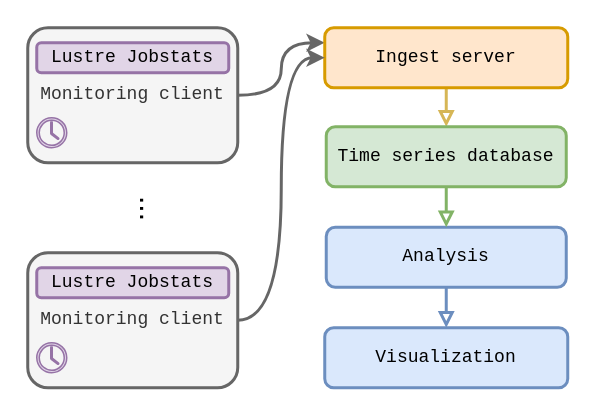
Earlier version of the draw.io diagram content/figures/lustre-monitor.drawio (jaantollander/masters-thesis). Source tidied: cells renumbered, new cells numbered last; positions are measured from the earlier drawing's top-left corner, leaving out a move shared by most shapes. Both pictures are drawn from the tidied source at 150%, with x=0, y=0 at pixel (27, 27).
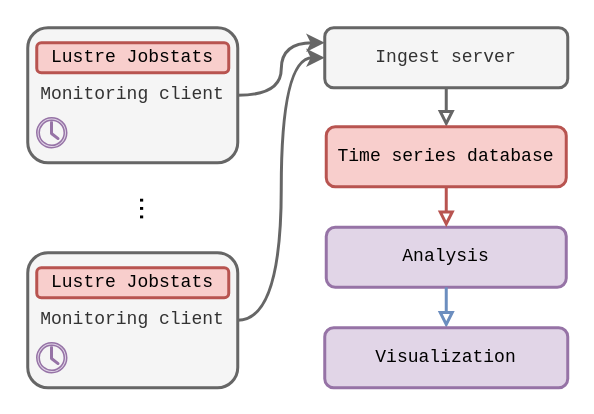
The same page after the edit.

What changed in the source:
```diff
@@
 <mxGraphModel>
   <root>
     <mxCell id="0" />
     <mxCell id="1" parent="0" />
     <mxCell id="2" style="edgeStyle=orthogonalEdgeStyle;rounded=0;jettySize=auto;html=1;entryX=0;entryY=0.25;entryDx=0;entryDy=0;strokeWidth=2;startArrow=none;startFill=0;fillColor=#f5f5f5;strokeColor=#666666;curved=1;" parent="1" edge="1" source="3" target="5">
       <mxGeometry relative="1" as="geometry" />
     </mxCell>
     <mxCell id="3" value="Monitoring client" style="rounded=1;whiteSpace=wrap;html=1;strokeWidth=2;fontFamily=Courier New;fillColor=#f5f5f5;strokeColor=#666666;fontColor=#333333;" parent="1" vertex="1">
       <mxGeometry width="140" height="90" as="geometry" />
     </mxCell>
-    <mxCell id="4" style="rounded=0;jettySize=auto;html=1;strokeWidth=2;fontSize=20;startArrow=none;startFill=0;fillColor=#fff2cc;strokeColor=#d6b656;endArrow=block;endFill=0;" parent="1" edge="1" source="5" target="9">
+    <mxCell id="4" style="rounded=0;jettySize=auto;html=1;strokeWidth=2;fontSize=20;startArrow=none;startFill=0;fillColor=#f5f5f5;strokeColor=#666666;endArrow=block;endFill=0;" parent="1" edge="1" source="5" target="9">
       <mxGeometry relative="1" as="geometry" />
     </mxCell>
-    <mxCell id="5" value="Ingest server" style="rounded=1;whiteSpace=wrap;html=1;strokeWidth=2;fontFamily=Courier New;fillColor=#ffe6cc;strokeColor=#d79b00;" parent="1" vertex="1">
+    <mxCell id="5" value="Ingest server" style="rounded=1;whiteSpace=wrap;html=1;strokeWidth=2;fontFamily=Courier New;fillColor=#f5f5f5;strokeColor=#666666;fontColor=#333333;" parent="1" vertex="1">
       <mxGeometry x="198" width="162" height="40" as="geometry" />
     </mxCell>
-    <mxCell id="6" value="Lustre Jobstats" style="rounded=1;whiteSpace=wrap;html=1;strokeWidth=2;fontFamily=Courier New;fillColor=#e1d5e7;strokeColor=#9673a6;" parent="1" vertex="1">
+    <mxCell id="6" value="Lustre Jobstats" style="rounded=1;whiteSpace=wrap;html=1;strokeWidth=2;fontFamily=Courier New;fillColor=#f8cecc;strokeColor=#b85450;" parent="1" vertex="1">
       <mxGeometry x="6" y="10" width="128" height="20" as="geometry" />
     </mxCell>
-    <mxCell id="7" value="Analysis" style="rounded=1;whiteSpace=wrap;html=1;strokeWidth=2;fontFamily=Courier New;fillColor=#dae8fc;strokeColor=#6c8ebf;" parent="1" vertex="1">
+    <mxCell id="7" value="Analysis" style="rounded=1;whiteSpace=wrap;html=1;strokeWidth=2;fontFamily=Courier New;fillColor=#e1d5e7;strokeColor=#9673a6;" parent="1" vertex="1">
       <mxGeometry x="199" y="133" width="160" height="40" as="geometry" />
     </mxCell>
-    <mxCell id="8" style="rounded=0;jettySize=auto;html=1;strokeWidth=2;fontSize=20;startArrow=none;startFill=0;fillColor=#d5e8d4;strokeColor=#82b366;endArrow=block;endFill=0;" parent="1" edge="1" source="9" target="7">
+    <mxCell id="8" style="rounded=0;jettySize=auto;html=1;strokeWidth=2;fontSize=20;startArrow=none;startFill=0;fillColor=#f8cecc;strokeColor=#b85450;endArrow=block;endFill=0;" parent="1" edge="1" source="9" target="7">
       <mxGeometry relative="1" as="geometry" />
     </mxCell>
-    <mxCell id="9" value="Time series database" style="rounded=1;whiteSpace=wrap;html=1;strokeWidth=2;fontFamily=Courier New;fillColor=#d5e8d4;strokeColor=#82b366;" parent="1" vertex="1">
+    <mxCell id="9" value="Time series database" style="rounded=1;whiteSpace=wrap;html=1;strokeWidth=2;fontFamily=Courier New;fillColor=#f8cecc;strokeColor=#b85450;" parent="1" vertex="1">
       <mxGeometry x="199" y="66" width="160" height="40" as="geometry" />
     </mxCell>
     <mxCell id="10" style="rounded=0;jettySize=auto;html=1;startArrow=block;startFill=0;endArrow=none;endFill=0;fillColor=#dae8fc;strokeColor=#6c8ebf;strokeWidth=2;" parent="1" edge="1" source="11" target="7">
       <mxGeometry relative="1" as="geometry" />
     </mxCell>
-    <mxCell id="11" value="Visualization" style="rounded=1;whiteSpace=wrap;html=1;strokeWidth=2;fontFamily=Courier New;fillColor=#dae8fc;strokeColor=#6c8ebf;" parent="1" vertex="1">
+    <mxCell id="11" value="Visualization" style="rounded=1;whiteSpace=wrap;html=1;strokeWidth=2;fontFamily=Courier New;fillColor=#e1d5e7;strokeColor=#9673a6;" parent="1" vertex="1">
       <mxGeometry x="198" y="200" width="162" height="40" as="geometry" />
     </mxCell>
     <mxCell id="12" style="sketch=0;shadow=0;dashed=0;html=1;strokeColor=#9673a6;fillColor=#e1d5e7;labelPosition=center;verticalLabelPosition=bottom;verticalAlign=top;align=center;shape=mxgraph.office.concepts.clock;" parent="1" vertex="1">
       <mxGeometry x="6" y="60" width="20" height="20" as="geometry" />
     </mxCell>
     <mxCell id="13" value="..." style="text;html=1;strokeColor=none;fillColor=none;align=center;verticalAlign=middle;whiteSpace=wrap;rounded=0;dashed=1;dashPattern=1 4;strokeWidth=2;fontSize=20;rotation=90;" parent="1" vertex="1">
       <mxGeometry x="53" y="119" width="60" height="4" as="geometry" />
     </mxCell>
     <mxCell id="14" style="edgeStyle=orthogonalEdgeStyle;curved=1;rounded=0;jettySize=auto;html=1;entryX=0;entryY=0.5;entryDx=0;entryDy=0;strokeWidth=2;fontSize=20;startArrow=none;startFill=0;fillColor=#f5f5f5;strokeColor=#666666;" parent="1" edge="1" source="15" target="5">
       <mxGeometry relative="1" as="geometry" />
     </mxCell>
     <mxCell id="15" value="Monitoring client" style="rounded=1;whiteSpace=wrap;html=1;strokeWidth=2;fontFamily=Courier New;fillColor=#f5f5f5;strokeColor=#666666;fontColor=#333333;" parent="1" vertex="1">
       <mxGeometry y="150" width="140" height="90" as="geometry" />
     </mxCell>
-    <mxCell id="16" value="Lustre Jobstats" style="rounded=1;whiteSpace=wrap;html=1;strokeWidth=2;fontFamily=Courier New;fillColor=#e1d5e7;strokeColor=#9673a6;" parent="1" vertex="1">
+    <mxCell id="16" value="Lustre Jobstats" style="rounded=1;whiteSpace=wrap;html=1;strokeWidth=2;fontFamily=Courier New;fillColor=#f8cecc;strokeColor=#b85450;" parent="1" vertex="1">
       <mxGeometry x="6" y="160" width="128" height="20" as="geometry" />
     </mxCell>
     <mxCell id="17" style="sketch=0;shadow=0;dashed=0;html=1;strokeColor=#9673a6;fillColor=#e1d5e7;labelPosition=center;verticalLabelPosition=bottom;verticalAlign=top;align=center;shape=mxgraph.office.concepts.clock;" parent="1" vertex="1">
       <mxGeometry x="6" y="210" width="20" height="20" as="geometry" />
     </mxCell>
   </root>
 </mxGraphModel>
```
